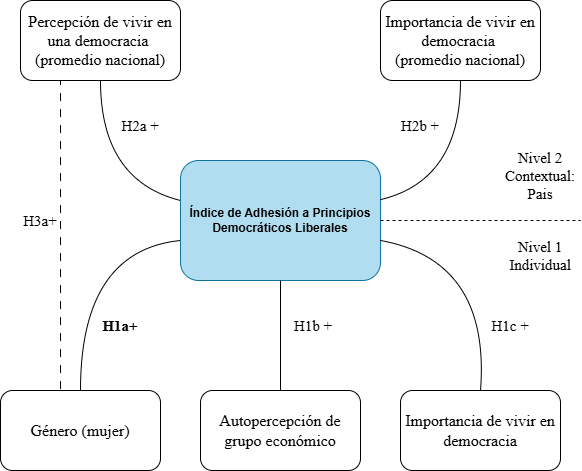
Earlier version of the draw.io export input/img/modelo_visual.png (multinivel-facso/trabajo1-grupo-9). Source tidied: cells renumbered, new cells last; positions are measured from the earlier drawing's top-left corner, leaving out a move shared by most shapes.
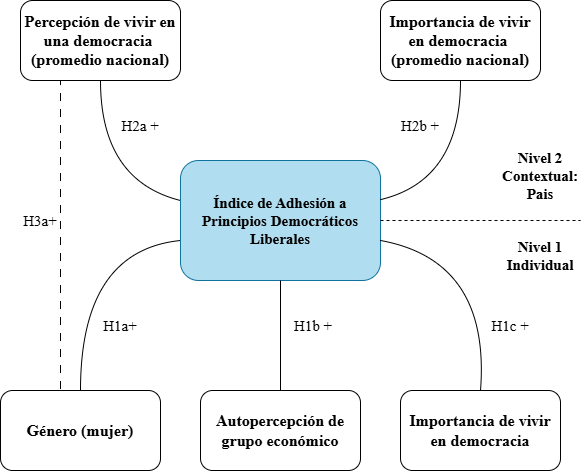
The same file after the commit.

Change to the diagram source:
```diff
@@ -2,22 +2,22 @@
   <root>
     <mxCell id="0" />
     <mxCell id="1" parent="0" />
-    <mxCell id="2" value="&lt;p&gt;&lt;b&gt;Índice de Adhesión a Principios Democráticos Liberales&lt;/b&gt;&lt;/p&gt;" style="rounded=1;whiteSpace=wrap;html=1;fillColor=#b1ddf0;strokeColor=#10739e;" parent="1" vertex="1">
+    <mxCell id="2" value="&lt;p&gt;&lt;b&gt;&lt;font style=&quot;font-size: 15px;&quot; face=&quot;Times New Roman&quot;&gt;Índice de Adhesión a Principios Democráticos Liberales&lt;/font&gt;&lt;/b&gt;&lt;/p&gt;" style="rounded=1;whiteSpace=wrap;html=1;fillColor=#b1ddf0;strokeColor=#10739e;" parent="1" vertex="1">
       <mxGeometry x="180" y="160" width="200" height="120" as="geometry" />
     </mxCell>
-    <mxCell id="3" value="&lt;font face=&quot;Times New Roman&quot; style=&quot;font-size: 16px;&quot;&gt;Percepción de vivir en una democracia&amp;nbsp;&lt;/font&gt;&lt;div&gt;&lt;font face=&quot;Times New Roman&quot; style=&quot;font-size: 16px;&quot;&gt;(promedio nacional)&lt;/font&gt;&lt;/div&gt;" style="rounded=1;whiteSpace=wrap;html=1;" parent="1" vertex="1">
+    <mxCell id="3" value="&lt;font face=&quot;Times New Roman&quot; style=&quot;font-size: 16px;&quot;&gt;&lt;b&gt;Percepción de vivir en una democracia&amp;nbsp;&lt;/b&gt;&lt;/font&gt;&lt;div&gt;&lt;font face=&quot;Times New Roman&quot; style=&quot;font-size: 16px;&quot;&gt;&lt;b&gt;(promedio nacional)&lt;/b&gt;&lt;/font&gt;&lt;/div&gt;" style="rounded=1;whiteSpace=wrap;html=1;" parent="1" vertex="1">
       <mxGeometry x="20" width="160" height="80" as="geometry" />
     </mxCell>
-    <mxCell id="4" value="&lt;font face=&quot;Times New Roman&quot; style=&quot;font-size: 16px;&quot;&gt;Importancia de vivir en democracia&amp;nbsp;&lt;/font&gt;&lt;div&gt;&lt;span style=&quot;font-family: &amp;quot;Times New Roman&amp;quot;; font-size: 16px;&quot;&gt;(promedio nacional)&lt;/span&gt;&lt;font face=&quot;Times New Roman&quot; style=&quot;font-size: 16px;&quot;&gt;&lt;br&gt;&lt;/font&gt;&lt;/div&gt;" style="rounded=1;whiteSpace=wrap;html=1;" parent="1" vertex="1">
+    <mxCell id="4" value="&lt;font face=&quot;Times New Roman&quot; style=&quot;font-size: 16px;&quot;&gt;&lt;b&gt;Importancia de vivir en democracia&amp;nbsp;&lt;/b&gt;&lt;/font&gt;&lt;div&gt;&lt;span style=&quot;font-family: &amp;quot;Times New Roman&amp;quot;; font-size: 16px;&quot;&gt;&lt;b&gt;(promedio nacional)&lt;/b&gt;&lt;/span&gt;&lt;font face=&quot;Times New Roman&quot; style=&quot;font-size: 16px;&quot;&gt;&lt;br&gt;&lt;/font&gt;&lt;/div&gt;" style="rounded=1;whiteSpace=wrap;html=1;" parent="1" vertex="1">
       <mxGeometry x="380" width="160" height="80" as="geometry" />
     </mxCell>
-    <mxCell id="5" value="&lt;font face=&quot;Times New Roman&quot; style=&quot;font-size: 16px;&quot;&gt;Género (mujer)&lt;/font&gt;" style="rounded=1;whiteSpace=wrap;html=1;" parent="1" vertex="1">
+    <mxCell id="5" value="&lt;font face=&quot;Times New Roman&quot; style=&quot;font-size: 16px;&quot;&gt;&lt;b&gt;Género (mujer)&lt;/b&gt;&lt;/font&gt;" style="rounded=1;whiteSpace=wrap;html=1;" parent="1" vertex="1">
       <mxGeometry y="390" width="160" height="80" as="geometry" />
     </mxCell>
-    <mxCell id="6" value="&lt;font face=&quot;Times New Roman&quot; style=&quot;font-size: 16px;&quot;&gt;Importancia de vivir en democracia&lt;/font&gt;" style="rounded=1;whiteSpace=wrap;html=1;" parent="1" vertex="1">
+    <mxCell id="6" value="&lt;font face=&quot;Times New Roman&quot; style=&quot;font-size: 16px;&quot;&gt;&lt;b&gt;Importancia de vivir en democracia&lt;/b&gt;&lt;/font&gt;" style="rounded=1;whiteSpace=wrap;html=1;" parent="1" vertex="1">
       <mxGeometry x="400" y="390" width="160" height="80" as="geometry" />
     </mxCell>
-    <mxCell id="7" value="&lt;font face=&quot;Times New Roman&quot; style=&quot;font-size: 16px;&quot;&gt;Autopercepción de grupo&amp;nbsp;&lt;/font&gt;&lt;font size=&quot;3&quot; face=&quot;Times New Roman&quot;&gt;económico&lt;/font&gt;" style="rounded=1;whiteSpace=wrap;html=1;" parent="1" vertex="1">
+    <mxCell id="7" value="&lt;b&gt;&lt;font face=&quot;Times New Roman&quot; style=&quot;font-size: 16px;&quot;&gt;Autopercepción de grupo&amp;nbsp;&lt;/font&gt;&lt;font size=&quot;3&quot; face=&quot;Times New Roman&quot;&gt;económico&lt;/font&gt;&lt;/b&gt;" style="rounded=1;whiteSpace=wrap;html=1;" parent="1" vertex="1">
       <mxGeometry x="200" y="390" width="160" height="80" as="geometry" />
     </mxCell>
     <mxCell id="8" style="endArrow=none;html=1;rounded=0;entryX=0.5;entryY=1;entryDx=0;entryDy=0;curved=1;exitX=1;exitY=0.326;exitDx=0;exitDy=0;exitPerimeter=0;" parent="1" edge="1" source="2" target="4">
@@ -63,13 +63,13 @@
         <mxPoint x="580" y="220" as="targetPoint" />
       </mxGeometry>
     </mxCell>
-    <mxCell id="14" value="&lt;font style=&quot;font-size: 15px;&quot; face=&quot;Times New Roman&quot;&gt;Nivel 2 Contextual:&lt;/font&gt;&lt;div&gt;&lt;font style=&quot;font-size: 15px;&quot; face=&quot;Times New Roman&quot;&gt;Pais&lt;/font&gt;&lt;/div&gt;" style="text;html=1;align=center;verticalAlign=middle;whiteSpace=wrap;rounded=0;" parent="1" vertex="1">
+    <mxCell id="14" value="&lt;font style=&quot;font-size: 15px;&quot; face=&quot;Times New Roman&quot;&gt;&lt;b&gt;Nivel 2 Contextual:&lt;/b&gt;&lt;/font&gt;&lt;div&gt;&lt;font style=&quot;font-size: 15px;&quot; face=&quot;Times New Roman&quot;&gt;&lt;b&gt;Pais&lt;/b&gt;&lt;/font&gt;&lt;/div&gt;" style="text;html=1;align=center;verticalAlign=middle;whiteSpace=wrap;rounded=0;" parent="1" vertex="1">
       <mxGeometry x="510" y="160" width="60" height="30" as="geometry" />
     </mxCell>
-    <mxCell id="15" value="&lt;font style=&quot;font-size: 15px;&quot; face=&quot;Times New Roman&quot;&gt;Nivel 1 Individual&lt;/font&gt;" style="text;html=1;align=center;verticalAlign=middle;whiteSpace=wrap;rounded=0;" parent="1" vertex="1">
+    <mxCell id="15" value="&lt;font style=&quot;font-size: 15px;&quot; face=&quot;Times New Roman&quot;&gt;&lt;b&gt;Nivel 1 Individual&lt;/b&gt;&lt;/font&gt;" style="text;html=1;align=center;verticalAlign=middle;whiteSpace=wrap;rounded=0;" parent="1" vertex="1">
       <mxGeometry x="500" y="240" width="80" height="30" as="geometry" />
     </mxCell>
-    <mxCell id="16" value="&lt;font face=&quot;Times New Roman&quot;&gt;&lt;span style=&quot;font-size: 15px;&quot;&gt;&lt;b&gt;H1a+&lt;/b&gt;&lt;/span&gt;&lt;/font&gt;" style="text;html=1;align=center;verticalAlign=middle;whiteSpace=wrap;rounded=0;" parent="1" vertex="1">
+    <mxCell id="16" value="&lt;font face=&quot;Times New Roman&quot;&gt;&lt;span style=&quot;font-size: 15px;&quot;&gt;H1a+&lt;/span&gt;&lt;/font&gt;" style="text;html=1;align=center;verticalAlign=middle;whiteSpace=wrap;rounded=0;" parent="1" vertex="1">
       <mxGeometry x="80" y="310" width="80" height="30" as="geometry" />
     </mxCell>
     <mxCell id="17" value="&lt;font style=&quot;font-size: 15px;&quot; face=&quot;Times New Roman&quot;&gt;H1b +&lt;/font&gt;" style="text;html=1;align=center;verticalAlign=middle;whiteSpace=wrap;rounded=0;" parent="1" vertex="1">
```
